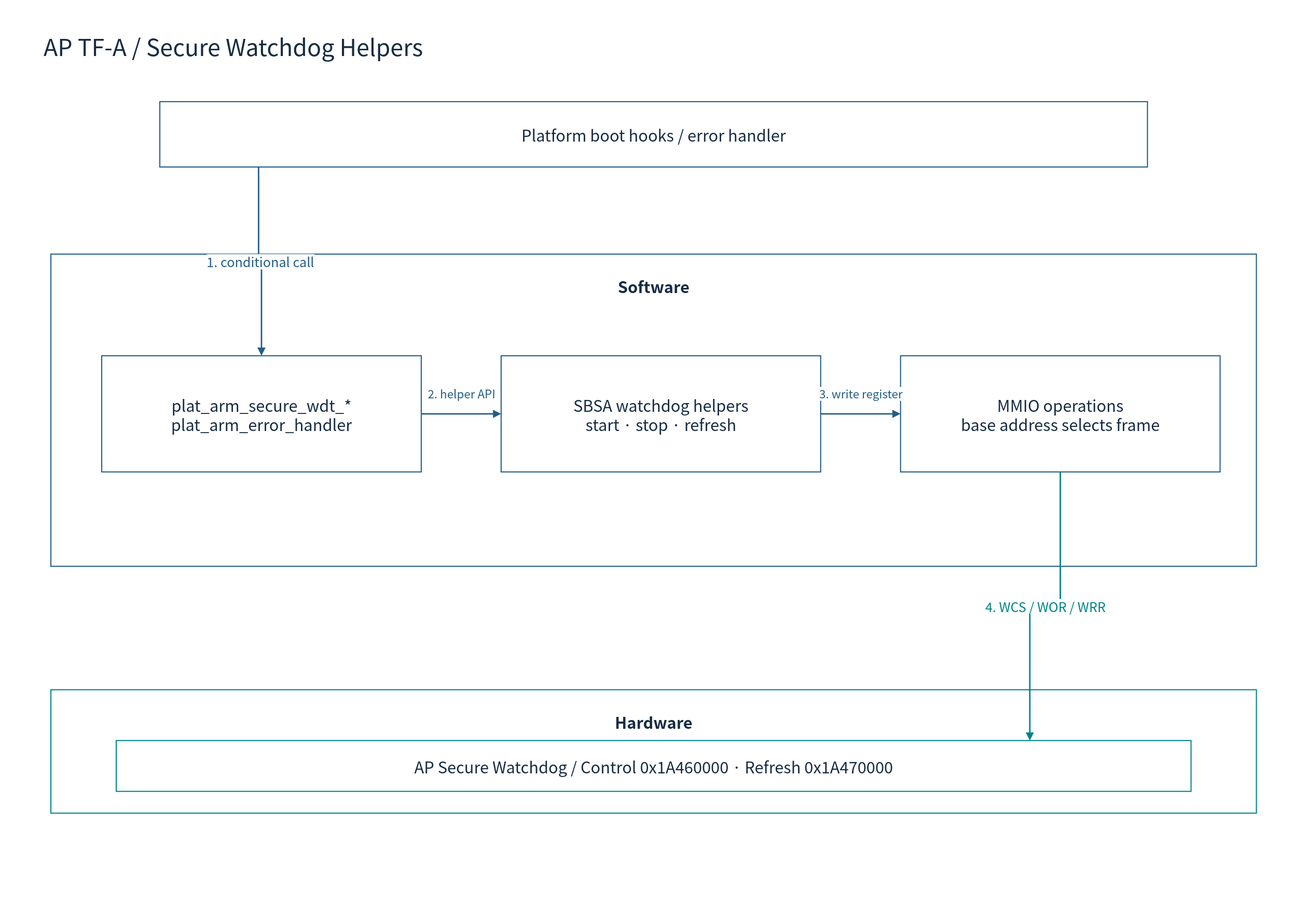
This is doc/phase1/watchdog/diagrams/08b-tfa-software.drawio.svg from cometzero/project-apollo, a draw.io export, as it was before one commit. Source tidied: cells renumbered, new cells last; positions are measured from the earlier drawing's top-left corner, leaving out a move shared by most shapes. Its diagram source:
```xml
<mxGraphModel background="#FFFFFF">
  <root>
    <mxCell id="0" />
    <mxCell id="1" parent="0" />
    <mxCell id="2" style="rounded=0;whiteSpace=wrap;html=1;fillColor=#FFFFFF;strokeColor=none;strokeWidth=1.5;fontColor=#172C43;fontFamily=Noto Sans CJK KR;fontSize=22;spacing=10;" parent="1" vertex="1">
      <mxGeometry width="1800" height="1240" as="geometry" />
    </mxCell>
    <mxCell id="3" value="AP TF-A / Secure Watchdog Helpers" style="rounded=0;whiteSpace=wrap;html=1;fillColor=#FFFFFF;strokeColor=none;strokeWidth=1.5;fontColor=#172C43;fontFamily=Noto Sans CJK KR;fontSize=22;spacing=10;fontSize=32;align=left;" parent="1" vertex="1">
      <mxGeometry x="50" y="30" width="1700" height="65" as="geometry" />
    </mxCell>
    <mxCell id="4" value="Platform boot hooks / error handler" style="rounded=0;whiteSpace=wrap;html=1;fillColor=#FFFFFF;strokeColor=#235D86;strokeWidth=1.5;fontColor=#172C43;fontFamily=Noto Sans CJK KR;fontSize=22;spacing=10;" parent="1" vertex="1">
      <mxGeometry x="220" y="140" width="1360" height="90" as="geometry" />
    </mxCell>
    <mxCell id="5" value="Software" style="rounded=0;whiteSpace=wrap;html=1;fillColor=#FFFFFF;strokeColor=#235D86;strokeWidth=1.5;fontColor=#172C43;fontFamily=Noto Sans CJK KR;fontSize=22;spacing=10;verticalAlign=top;fontStyle=1;spacingTop=16;" parent="1" vertex="1">
      <mxGeometry x="70" y="350" width="1660" height="430" as="geometry" />
    </mxCell>
    <mxCell id="6" value="plat_arm_secure_wdt_*&#10;plat_arm_error_handler" style="rounded=0;whiteSpace=wrap;html=1;fillColor=#FFFFFF;strokeColor=#235D86;strokeWidth=1.5;fontColor=#172C43;fontFamily=Noto Sans CJK KR;fontSize=22;spacing=10;" parent="1" vertex="1">
      <mxGeometry x="140" y="490" width="440" height="160" as="geometry" />
    </mxCell>
    <mxCell id="7" value="SBSA watchdog helpers&#10;start · stop · refresh" style="rounded=0;whiteSpace=wrap;html=1;fillColor=#FFFFFF;strokeColor=#235D86;strokeWidth=1.5;fontColor=#172C43;fontFamily=Noto Sans CJK KR;fontSize=22;spacing=10;" parent="1" vertex="1">
      <mxGeometry x="690" y="490" width="440" height="160" as="geometry" />
    </mxCell>
    <mxCell id="8" value="MMIO operations&#10;base address selects frame" style="rounded=0;whiteSpace=wrap;html=1;fillColor=#FFFFFF;strokeColor=#235D86;strokeWidth=1.5;fontColor=#172C43;fontFamily=Noto Sans CJK KR;fontSize=22;spacing=10;" parent="1" vertex="1">
      <mxGeometry x="1240" y="490" width="440" height="160" as="geometry" />
    </mxCell>
    <mxCell id="9" value="1. conditional call" style="edgeStyle=orthogonalEdgeStyle;rounded=0;html=1;endArrow=block;endFill=1;strokeWidth=2;strokeColor=#235D86;fontColor=#235D86;fontFamily=Noto Sans CJK KR;fontSize=18;labelBackgroundColor=#FFFFFF;exitX=0.1;exitY=1;entryX=0.5;entryY=0;" parent="1" edge="1" source="4" target="6">
      <mxGeometry relative="1" as="geometry" />
    </mxCell>
    <mxCell id="10" value="2. helper API" style="edgeStyle=orthogonalEdgeStyle;rounded=0;html=1;endArrow=block;endFill=1;strokeWidth=2;strokeColor=#235D86;fontColor=#235D86;fontFamily=Noto Sans CJK KR;fontSize=16;labelBackgroundColor=#FFFFFF;" parent="1" edge="1" source="6" target="7">
      <mxGeometry relative="1" as="geometry">
        <mxPoint y="-28" as="offset" />
      </mxGeometry>
    </mxCell>
    <mxCell id="11" value="3. write register" style="edgeStyle=orthogonalEdgeStyle;rounded=0;html=1;endArrow=block;endFill=1;strokeWidth=2;strokeColor=#235D86;fontColor=#235D86;fontFamily=Noto Sans CJK KR;fontSize=16;labelBackgroundColor=#FFFFFF;" parent="1" edge="1" source="7" target="8">
      <mxGeometry relative="1" as="geometry">
        <mxPoint y="-28" as="offset" />
      </mxGeometry>
    </mxCell>
    <mxCell id="12" value="Hardware" style="rounded=0;whiteSpace=wrap;html=1;fillColor=#FFFFFF;strokeColor=#00838A;strokeWidth=1.5;fontColor=#172C43;fontFamily=Noto Sans CJK KR;fontSize=22;spacing=10;verticalAlign=top;fontStyle=1;spacingTop=16;" parent="1" vertex="1">
      <mxGeometry x="70" y="950" width="1660" height="170" as="geometry" />
    </mxCell>
    <mxCell id="13" value="AP Secure Watchdog / Control 0x1A460000 · Refresh 0x1A470000" style="rounded=0;whiteSpace=wrap;html=1;fillColor=#FFFFFF;strokeColor=#00838A;strokeWidth=1.5;fontColor=#172C43;fontFamily=Noto Sans CJK KR;fontSize=22;spacing=10;" parent="1" vertex="1">
      <mxGeometry x="160" y="1020" width="1480" height="70" as="geometry" />
    </mxCell>
    <mxCell id="14" value="4. WCS / WOR / WRR" style="edgeStyle=orthogonalEdgeStyle;rounded=0;html=1;endArrow=block;endFill=1;strokeWidth=2;strokeColor=#00838A;fontColor=#00838A;fontFamily=Noto Sans CJK KR;fontSize=18;labelBackgroundColor=#FFFFFF;exitX=0.5;exitY=1;entryX=0.85;entryY=0;" parent="1" edge="1" source="8" target="13">
      <mxGeometry relative="1" as="geometry" />
    </mxCell>
  </root>
</mxGraphModel>
```
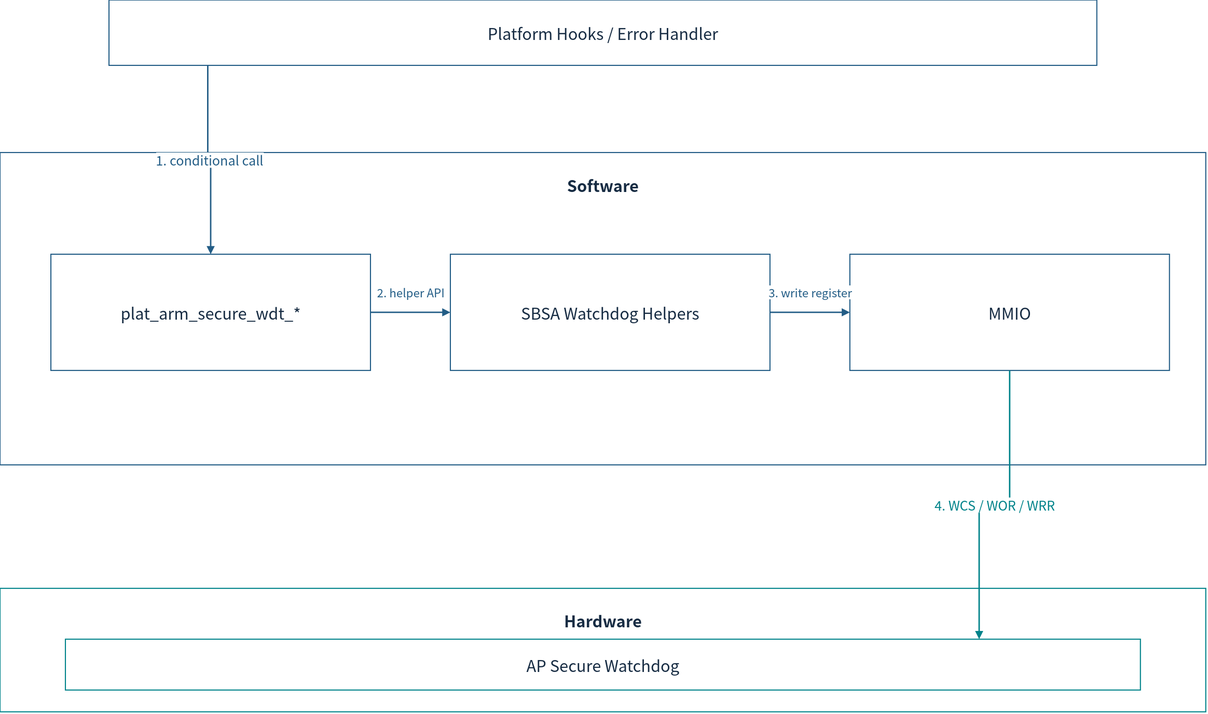
The same diagram one commit later.

Diff of the diagram source:
```diff
@@ -2,25 +2,19 @@
   <root>
     <mxCell id="0" />
     <mxCell id="1" parent="0" />
-    <mxCell id="2" style="rounded=0;whiteSpace=wrap;html=1;fillColor=#FFFFFF;strokeColor=none;strokeWidth=1.5;fontColor=#172C43;fontFamily=Noto Sans CJK KR;fontSize=22;spacing=10;" parent="1" vertex="1">
-      <mxGeometry width="1800" height="1240" as="geometry" />
-    </mxCell>
-    <mxCell id="3" value="AP TF-A / Secure Watchdog Helpers" style="rounded=0;whiteSpace=wrap;html=1;fillColor=#FFFFFF;strokeColor=none;strokeWidth=1.5;fontColor=#172C43;fontFamily=Noto Sans CJK KR;fontSize=22;spacing=10;fontSize=32;align=left;" parent="1" vertex="1">
-      <mxGeometry x="50" y="30" width="1700" height="65" as="geometry" />
-    </mxCell>
-    <mxCell id="4" value="Platform boot hooks / error handler" style="rounded=0;whiteSpace=wrap;html=1;fillColor=#FFFFFF;strokeColor=#235D86;strokeWidth=1.5;fontColor=#172C43;fontFamily=Noto Sans CJK KR;fontSize=22;spacing=10;" parent="1" vertex="1">
+    <mxCell id="4" value="Platform Hooks / Error Handler" style="rounded=0;whiteSpace=wrap;html=1;fillColor=#FFFFFF;strokeColor=#235D86;strokeWidth=1.5;fontColor=#172C43;fontFamily=Noto Sans CJK KR;fontSize=22;spacing=10;" parent="1" vertex="1">
       <mxGeometry x="220" y="140" width="1360" height="90" as="geometry" />
     </mxCell>
     <mxCell id="5" value="Software" style="rounded=0;whiteSpace=wrap;html=1;fillColor=#FFFFFF;strokeColor=#235D86;strokeWidth=1.5;fontColor=#172C43;fontFamily=Noto Sans CJK KR;fontSize=22;spacing=10;verticalAlign=top;fontStyle=1;spacingTop=16;" parent="1" vertex="1">
       <mxGeometry x="70" y="350" width="1660" height="430" as="geometry" />
     </mxCell>
-    <mxCell id="6" value="plat_arm_secure_wdt_*&#10;plat_arm_error_handler" style="rounded=0;whiteSpace=wrap;html=1;fillColor=#FFFFFF;strokeColor=#235D86;strokeWidth=1.5;fontColor=#172C43;fontFamily=Noto Sans CJK KR;fontSize=22;spacing=10;" parent="1" vertex="1">
+    <mxCell id="6" value="plat_arm_secure_wdt_*" style="rounded=0;whiteSpace=wrap;html=1;fillColor=#FFFFFF;strokeColor=#235D86;strokeWidth=1.5;fontColor=#172C43;fontFamily=Noto Sans CJK KR;fontSize=22;spacing=10;" parent="1" vertex="1">
       <mxGeometry x="140" y="490" width="440" height="160" as="geometry" />
     </mxCell>
-    <mxCell id="7" value="SBSA watchdog helpers&#10;start · stop · refresh" style="rounded=0;whiteSpace=wrap;html=1;fillColor=#FFFFFF;strokeColor=#235D86;strokeWidth=1.5;fontColor=#172C43;fontFamily=Noto Sans CJK KR;fontSize=22;spacing=10;" parent="1" vertex="1">
+    <mxCell id="7" value="SBSA Watchdog Helpers" style="rounded=0;whiteSpace=wrap;html=1;fillColor=#FFFFFF;strokeColor=#235D86;strokeWidth=1.5;fontColor=#172C43;fontFamily=Noto Sans CJK KR;fontSize=22;spacing=10;" parent="1" vertex="1">
       <mxGeometry x="690" y="490" width="440" height="160" as="geometry" />
     </mxCell>
-    <mxCell id="8" value="MMIO operations&#10;base address selects frame" style="rounded=0;whiteSpace=wrap;html=1;fillColor=#FFFFFF;strokeColor=#235D86;strokeWidth=1.5;fontColor=#172C43;fontFamily=Noto Sans CJK KR;fontSize=22;spacing=10;" parent="1" vertex="1">
+    <mxCell id="8" value="MMIO" style="rounded=0;whiteSpace=wrap;html=1;fillColor=#FFFFFF;strokeColor=#235D86;strokeWidth=1.5;fontColor=#172C43;fontFamily=Noto Sans CJK KR;fontSize=22;spacing=10;" parent="1" vertex="1">
       <mxGeometry x="1240" y="490" width="440" height="160" as="geometry" />
     </mxCell>
     <mxCell id="9" value="1. conditional call" style="edgeStyle=orthogonalEdgeStyle;rounded=0;html=1;endArrow=block;endFill=1;strokeWidth=2;strokeColor=#235D86;fontColor=#235D86;fontFamily=Noto Sans CJK KR;fontSize=18;labelBackgroundColor=#FFFFFF;exitX=0.1;exitY=1;entryX=0.5;entryY=0;" parent="1" edge="1" source="4" target="6">
@@ -39,7 +33,7 @@
     <mxCell id="12" value="Hardware" style="rounded=0;whiteSpace=wrap;html=1;fillColor=#FFFFFF;strokeColor=#00838A;strokeWidth=1.5;fontColor=#172C43;fontFamily=Noto Sans CJK KR;fontSize=22;spacing=10;verticalAlign=top;fontStyle=1;spacingTop=16;" parent="1" vertex="1">
       <mxGeometry x="70" y="950" width="1660" height="170" as="geometry" />
     </mxCell>
-    <mxCell id="13" value="AP Secure Watchdog / Control 0x1A460000 · Refresh 0x1A470000" style="rounded=0;whiteSpace=wrap;html=1;fillColor=#FFFFFF;strokeColor=#00838A;strokeWidth=1.5;fontColor=#172C43;fontFamily=Noto Sans CJK KR;fontSize=22;spacing=10;" parent="1" vertex="1">
+    <mxCell id="13" value="AP Secure Watchdog" style="rounded=0;whiteSpace=wrap;html=1;fillColor=#FFFFFF;strokeColor=#00838A;strokeWidth=1.5;fontColor=#172C43;fontFamily=Noto Sans CJK KR;fontSize=22;spacing=10;" parent="1" vertex="1">
       <mxGeometry x="160" y="1020" width="1480" height="70" as="geometry" />
     </mxCell>
     <mxCell id="14" value="4. WCS / WOR / WRR" style="edgeStyle=orthogonalEdgeStyle;rounded=0;html=1;endArrow=block;endFill=1;strokeWidth=2;strokeColor=#00838A;fontColor=#00838A;fontFamily=Noto Sans CJK KR;fontSize=18;labelBackgroundColor=#FFFFFF;exitX=0.5;exitY=1;entryX=0.85;entryY=0;" parent="1" edge="1" source="8" target="13">
```
